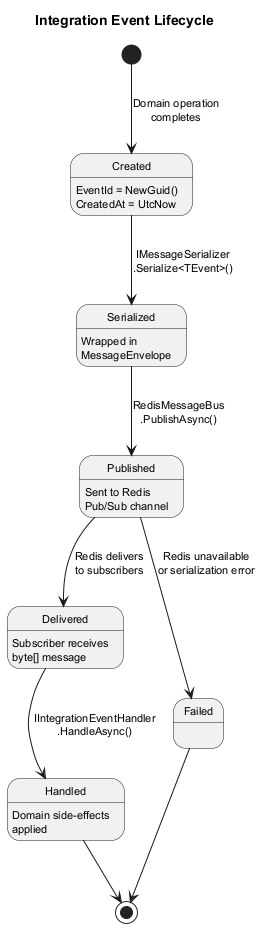
Before: docs/detailed-designs/12-modular-monolith-architecture/state-event-lifecycle.png, a diagram exported from PlantUML (QuinntyneBrown/Coop). The source it was exported from:
```plantuml
@startuml state-event-lifecycle

skinparam defaultFontSize 11
skinparam shadowing false
skinparam pageMargin 10

title Integration Event Lifecycle

[*] --> Created : Domain operation\ncompletes

Created : EventId = NewGuid()
Created : CreatedAt = UtcNow

Created --> Serialized : IMessageSerializer\n.Serialize<TEvent>()

Serialized : Wrapped in\nMessageEnvelope

Serialized --> Published : RedisMessageBus\n.PublishAsync()

Published : Sent to Redis\nPub/Sub channel

Published --> Delivered : Redis delivers\nto subscribers

Delivered : Subscriber receives\nbyte[] message

Delivered --> Handled : IIntegrationEventHandler\n.HandleAsync()

Handled : Domain side-effects\napplied

Handled --> [*]

Published --> Failed : Redis unavailable\nor serialization error
Failed --> [*]

@enduml
```
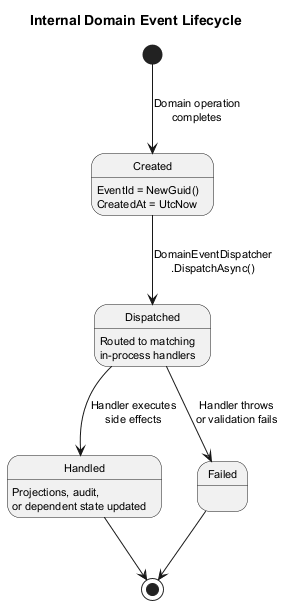
The same diagram one commit later.

The edit, as a diff of the source:
```diff
@@ -4,32 +4,24 @@
 skinparam shadowing false
 skinparam pageMargin 10
 
-title Integration Event Lifecycle
+title Internal Domain Event Lifecycle
 
 [*] --> Created : Domain operation\ncompletes
 
 Created : EventId = NewGuid()
 Created : CreatedAt = UtcNow
 
-Created --> Serialized : IMessageSerializer\n.Serialize<TEvent>()
+Created --> Dispatched : DomainEventDispatcher\n.DispatchAsync()
 
-Serialized : Wrapped in\nMessageEnvelope
+Dispatched : Routed to matching\nin-process handlers
 
-Serialized --> Published : RedisMessageBus\n.PublishAsync()
+Dispatched --> Handled : Handler executes\nside effects
 
-Published : Sent to Redis\nPub/Sub channel
-
-Published --> Delivered : Redis delivers\nto subscribers
-
-Delivered : Subscriber receives\nbyte[] message
-
-Delivered --> Handled : IIntegrationEventHandler\n.HandleAsync()
-
-Handled : Domain side-effects\napplied
+Handled : Projections, audit,\nor dependent state updated
 
 Handled --> [*]
 
-Published --> Failed : Redis unavailable\nor serialization error
+Dispatched --> Failed : Handler throws\nor validation fails
 Failed --> [*]
 
 @enduml
```
